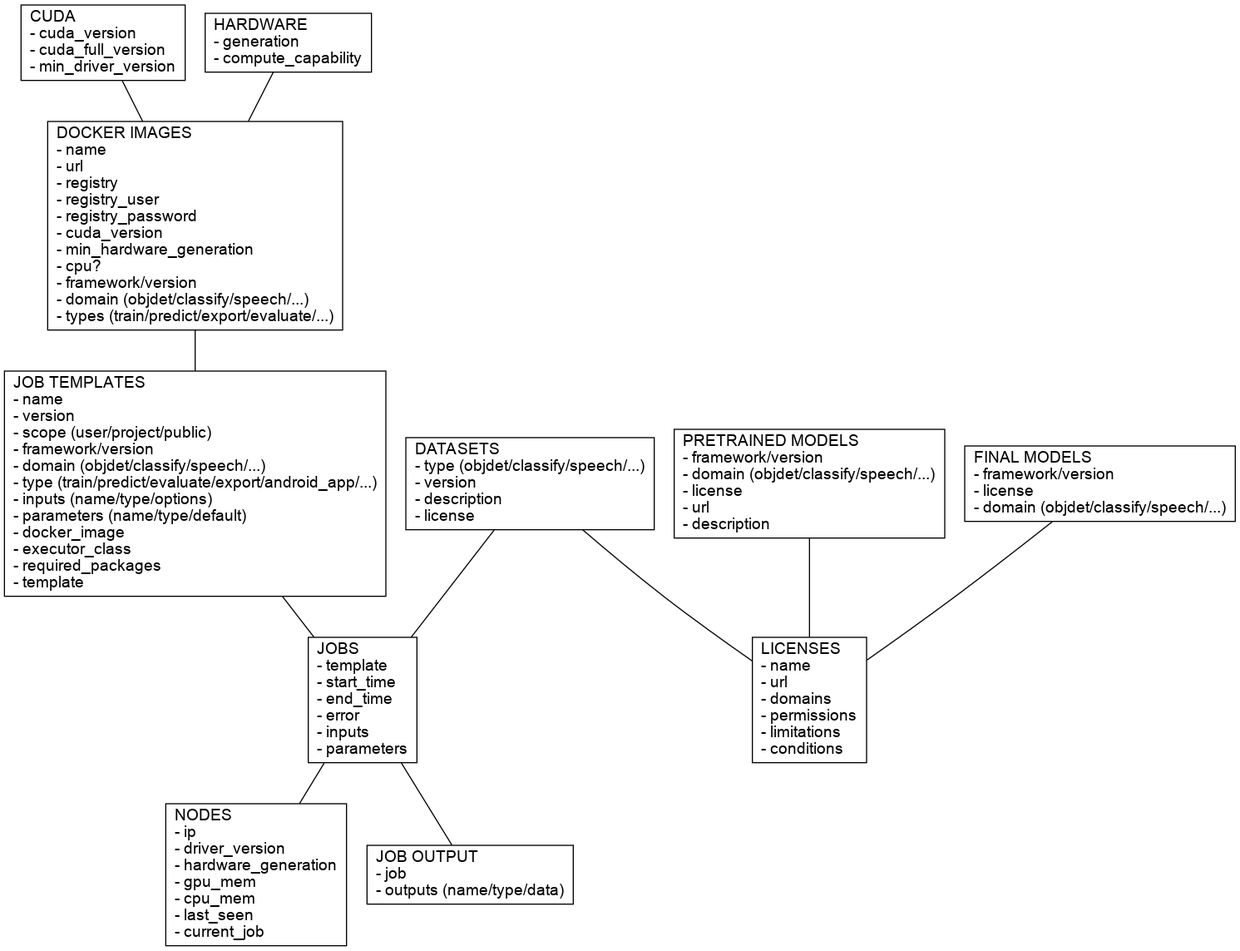
This is docs/img/api.png from waikato-ufdl/ufdl-api, a Graphviz export, as it was before one commit. Its source is kept beside it as docs/img/api.dot.
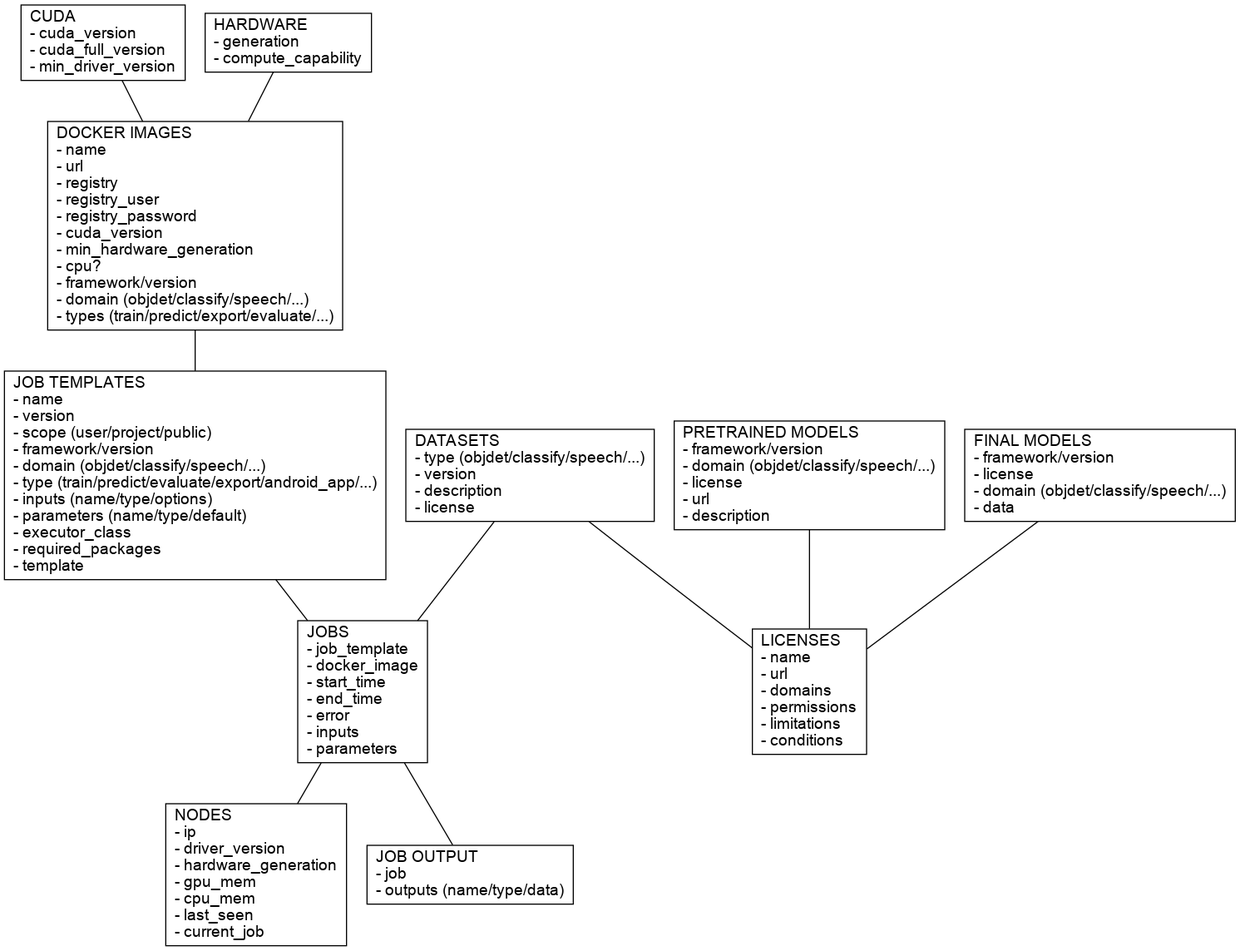
Later version of the same file.

Commit message:
moved docker_image from job templates to jobs

The edit, as a diff of the source:
```diff
@@ -7,10 +7,10 @@
   licenses [label = "LICENSES\l- name\l- url\l- domains\l- permissions\l- limitations\l- conditions\l"];
   datasets [label = "DATASETS\l- type (objdet/classify/speech/...)\l- version\l- description\l- license\l"];
   pretrained_models [label = "PRETRAINED MODELS\l- framework/version\l- domain (objdet/classify/speech/...)\l- license\l- url\l- description\l"];
-  final_models [label = "FINAL MODELS\l- framework/version\l- license\l- domain (objdet/classify/speech/...)"];
+  final_models [label = "FINAL MODELS\l- framework/version\l- license\l- domain (objdet/classify/speech/...)\l- data\l"];
   nodes [label = "NODES\l- ip\l- driver_version\l- hardware_generation\l- gpu_mem\l- cpu_mem\l- last_seen\l- current_job\l"];
-  jobs [label = "JOBS\l- template\l- start_time\l- end_time\l- error\l- inputs\l- parameters\l"];
-  job_templates [label = "JOB TEMPLATES\l- name\l- version\l- scope (user/project/public)\l- framework/version\l- domain (objdet/classify/speech/...)\l- type (train/predict/evaluate/export/android_app/...)\l- inputs (name/type/options)\l- parameters (name/type/default)\l- docker_image\l- executor_class\l- required_packages\l- template\l"];
+  jobs [label = "JOBS\l- job_template\l- docker_image\l- start_time\l- end_time\l- error\l- inputs\l- parameters\l"];
+  job_templates [label = "JOB TEMPLATES\l- name\l- version\l- scope (user/project/public)\l- framework/version\l- domain (objdet/classify/speech/...)\l- type (train/predict/evaluate/export/android_app/...)\l- inputs (name/type/options)\l- parameters (name/type/default)\l- executor_class\l- required_packages\l- template\l"];
   job_output [label = "JOB OUTPUT\l- job\l- outputs (name/type/data)\l"];
   docker_images [label = "DOCKER IMAGES\l- name\l- url\l- registry\l- registry_user\l- registry_password\l- cuda_version\l- min_hardware_generation\l- cpu?\l- framework/version\l- domain (objdet/classify/speech/...)\l- types (train/predict/export/evaluate/...)"];
 
```
